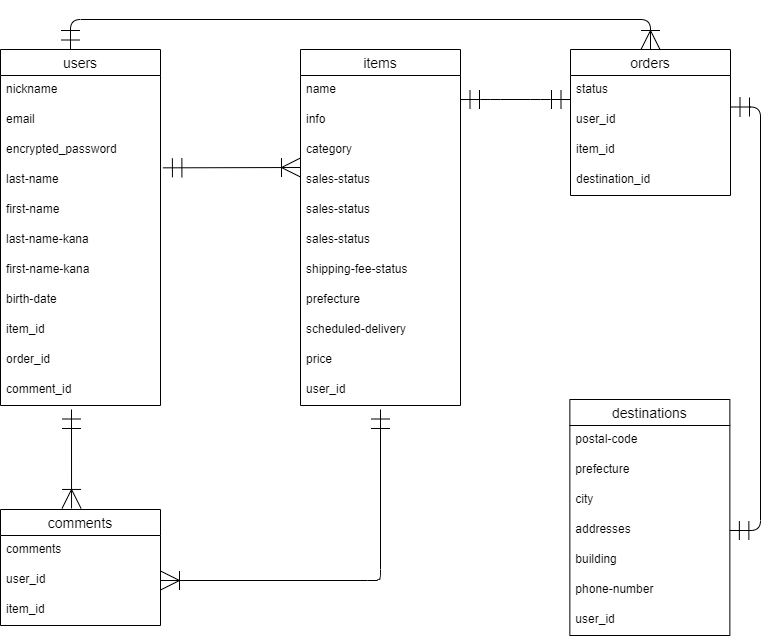
The draw.io diagram app/FURIMA_ER.drawio.png in saehirata/furima-39866, before a commit. Source tidied: cells renumbered, new cells last; positions are measured from the earlier drawing's top-left corner, leaving out a move shared by most shapes.
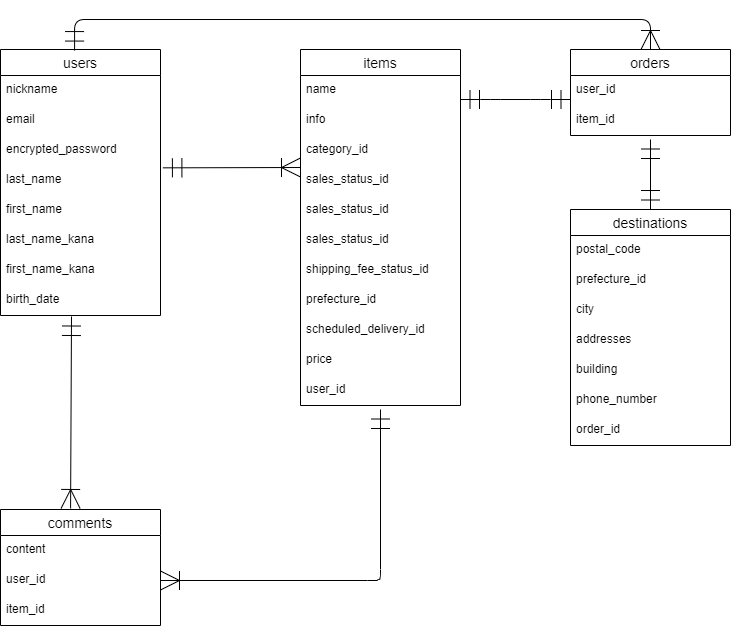
The same diagram one commit later.

Commit message:
ER図、テーブル設計の修正

Change to the diagram source:
```diff
@@ -3,7 +3,7 @@
     <mxCell id="0" />
     <mxCell id="1" parent="0" />
     <mxCell id="2" value="users" style="swimlane;fontStyle=0;horizontal=1;startSize=26;align=center;fontSize=14;" parent="1" vertex="1">
-      <mxGeometry y="30" width="160" height="356" as="geometry" />
+      <mxGeometry y="30" width="160" height="266" as="geometry" />
     </mxCell>
     <mxCell id="3" value="nickname" style="text;strokeColor=none;fillColor=none;spacingLeft=4;spacingRight=4;overflow=hidden;fontSize=12;" parent="2" vertex="1">
       <mxGeometry y="26" width="160" height="30" as="geometry" />
@@ -14,30 +14,21 @@
     <mxCell id="5" value="encrypted_password" style="text;strokeColor=none;fillColor=none;spacingLeft=4;spacingRight=4;overflow=hidden;fontSize=12;" parent="2" vertex="1">
       <mxGeometry y="86" width="160" height="30" as="geometry" />
     </mxCell>
-    <mxCell id="6" value="last-name" style="text;strokeColor=none;fillColor=none;spacingLeft=4;spacingRight=4;overflow=hidden;points=[[0,0.5],[1,0.5]];portConstraint=eastwest;fontSize=12;" parent="2" vertex="1">
+    <mxCell id="6" value="last_name" style="text;strokeColor=none;fillColor=none;spacingLeft=4;spacingRight=4;overflow=hidden;points=[[0,0.5],[1,0.5]];portConstraint=eastwest;fontSize=12;" parent="2" vertex="1">
       <mxGeometry y="116" width="160" height="30" as="geometry" />
     </mxCell>
-    <mxCell id="7" value="first-name" style="text;strokeColor=none;fillColor=none;spacingLeft=4;spacingRight=4;overflow=hidden;fontSize=12;" parent="2" vertex="1">
+    <mxCell id="7" value="first_name" style="text;strokeColor=none;fillColor=none;spacingLeft=4;spacingRight=4;overflow=hidden;fontSize=12;" parent="2" vertex="1">
       <mxGeometry y="146" width="160" height="30" as="geometry" />
     </mxCell>
-    <mxCell id="8" value="last-name-kana" style="text;strokeColor=none;fillColor=none;spacingLeft=4;spacingRight=4;overflow=hidden;fontSize=12;" parent="2" vertex="1">
+    <mxCell id="8" value="last_name_kana" style="text;strokeColor=none;fillColor=none;spacingLeft=4;spacingRight=4;overflow=hidden;fontSize=12;" parent="2" vertex="1">
       <mxGeometry y="176" width="160" height="30" as="geometry" />
     </mxCell>
-    <mxCell id="9" value="first-name-kana" style="text;strokeColor=none;fillColor=none;spacingLeft=4;spacingRight=4;overflow=hidden;fontSize=12;" parent="2" vertex="1">
+    <mxCell id="9" value="first_name_kana" style="text;strokeColor=none;fillColor=none;spacingLeft=4;spacingRight=4;overflow=hidden;fontSize=12;" parent="2" vertex="1">
       <mxGeometry y="206" width="160" height="30" as="geometry" />
     </mxCell>
-    <mxCell id="10" value="birth-date" style="text;strokeColor=none;fillColor=none;spacingLeft=4;spacingRight=4;overflow=hidden;fontSize=12;" parent="2" vertex="1">
+    <mxCell id="10" value="birth_date" style="text;strokeColor=none;fillColor=none;spacingLeft=4;spacingRight=4;overflow=hidden;fontSize=12;" parent="2" vertex="1">
       <mxGeometry y="236" width="160" height="30" as="geometry" />
     </mxCell>
-    <mxCell id="11" value="item_id" style="text;strokeColor=none;fillColor=none;spacingLeft=4;spacingRight=4;overflow=hidden;fontSize=12;" parent="2" vertex="1">
-      <mxGeometry y="266" width="160" height="30" as="geometry" />
-    </mxCell>
-    <mxCell id="12" value="order_id" style="text;strokeColor=none;fillColor=none;spacingLeft=4;spacingRight=4;overflow=hidden;fontSize=12;" parent="2" vertex="1">
-      <mxGeometry y="296" width="160" height="30" as="geometry" />
-    </mxCell>
-    <mxCell id="13" value="comment_id" style="text;strokeColor=none;fillColor=none;spacingLeft=4;spacingRight=4;overflow=hidden;fontSize=12;" parent="2" vertex="1">
-      <mxGeometry y="326" width="160" height="30" as="geometry" />
-    </mxCell>
     <mxCell id="14" value="items" style="swimlane;fontStyle=0;horizontal=1;startSize=26;align=center;fontSize=14;" parent="1" vertex="1">
       <mxGeometry x="300" y="30" width="160" height="356" as="geometry" />
     </mxCell>
@@ -47,25 +38,25 @@
     <mxCell id="16" value="info" style="text;strokeColor=none;fillColor=none;spacingLeft=4;spacingRight=4;overflow=hidden;fontSize=12;" parent="14" vertex="1">
       <mxGeometry y="56" width="160" height="30" as="geometry" />
     </mxCell>
-    <mxCell id="17" value="category" style="text;strokeColor=none;fillColor=none;spacingLeft=4;spacingRight=4;overflow=hidden;fontSize=12;" parent="14" vertex="1">
+    <mxCell id="17" value="category_id" style="text;strokeColor=none;fillColor=none;spacingLeft=4;spacingRight=4;overflow=hidden;fontSize=12;" parent="14" vertex="1">
       <mxGeometry y="86" width="160" height="30" as="geometry" />
     </mxCell>
-    <mxCell id="18" value="sales-status" style="text;strokeColor=none;fillColor=none;spacingLeft=4;spacingRight=4;overflow=hidden;fontSize=12;" parent="14" vertex="1">
+    <mxCell id="18" value="sales_status_id" style="text;strokeColor=none;fillColor=none;spacingLeft=4;spacingRight=4;overflow=hidden;fontSize=12;" parent="14" vertex="1">
       <mxGeometry y="116" width="160" height="30" as="geometry" />
     </mxCell>
-    <mxCell id="19" value="sales-status" style="text;strokeColor=none;fillColor=none;spacingLeft=4;spacingRight=4;overflow=hidden;fontSize=12;" parent="14" vertex="1">
+    <mxCell id="19" value="sales_status_id" style="text;strokeColor=none;fillColor=none;spacingLeft=4;spacingRight=4;overflow=hidden;fontSize=12;" parent="14" vertex="1">
       <mxGeometry y="146" width="160" height="30" as="geometry" />
     </mxCell>
-    <mxCell id="20" value="sales-status" style="text;strokeColor=none;fillColor=none;spacingLeft=4;spacingRight=4;overflow=hidden;fontSize=12;" parent="14" vertex="1">
+    <mxCell id="20" value="sales_status_id" style="text;strokeColor=none;fillColor=none;spacingLeft=4;spacingRight=4;overflow=hidden;fontSize=12;" parent="14" vertex="1">
       <mxGeometry y="176" width="160" height="30" as="geometry" />
     </mxCell>
-    <mxCell id="21" value="shipping-fee-status" style="text;strokeColor=none;fillColor=none;spacingLeft=4;spacingRight=4;overflow=hidden;fontSize=12;" parent="14" vertex="1">
+    <mxCell id="21" value="shipping_fee_status_id" style="text;strokeColor=none;fillColor=none;spacingLeft=4;spacingRight=4;overflow=hidden;fontSize=12;" parent="14" vertex="1">
       <mxGeometry y="206" width="160" height="30" as="geometry" />
     </mxCell>
-    <mxCell id="22" value="prefecture" style="text;strokeColor=none;fillColor=none;spacingLeft=4;spacingRight=4;overflow=hidden;fontSize=12;" parent="14" vertex="1">
+    <mxCell id="22" value="prefecture_id" style="text;strokeColor=none;fillColor=none;spacingLeft=4;spacingRight=4;overflow=hidden;fontSize=12;" parent="14" vertex="1">
       <mxGeometry y="236" width="160" height="30" as="geometry" />
     </mxCell>
-    <mxCell id="23" value="scheduled-delivery" style="text;strokeColor=none;fillColor=none;spacingLeft=4;spacingRight=4;overflow=hidden;fontSize=12;" parent="14" vertex="1">
+    <mxCell id="23" value="scheduled_delivery_id" style="text;strokeColor=none;fillColor=none;spacingLeft=4;spacingRight=4;overflow=hidden;fontSize=12;" parent="14" vertex="1">
       <mxGeometry y="266" width="160" height="30" as="geometry" />
     </mxCell>
     <mxCell id="24" value="price" style="text;strokeColor=none;fillColor=none;spacingLeft=4;spacingRight=4;overflow=hidden;fontSize=12;" parent="14" vertex="1">
@@ -75,12 +66,12 @@
       <mxGeometry y="326" width="160" height="30" as="geometry" />
     </mxCell>
     <mxCell id="26" value="destinations" style="swimlane;fontStyle=0;horizontal=1;startSize=26;align=center;fontSize=14;" parent="1" vertex="1">
-      <mxGeometry x="569.4" y="380" width="160" height="236" as="geometry" />
+      <mxGeometry x="570" y="190" width="160" height="236" as="geometry" />
     </mxCell>
-    <mxCell id="27" value="postal-code" style="text;strokeColor=none;fillColor=none;spacingLeft=4;spacingRight=4;overflow=hidden;fontSize=12;" parent="26" vertex="1">
+    <mxCell id="27" value="postal_code" style="text;strokeColor=none;fillColor=none;spacingLeft=4;spacingRight=4;overflow=hidden;fontSize=12;" parent="26" vertex="1">
       <mxGeometry y="26" width="160" height="30" as="geometry" />
     </mxCell>
-    <mxCell id="28" value="prefecture" style="text;strokeColor=none;fillColor=none;spacingLeft=4;spacingRight=4;overflow=hidden;fontSize=12;" parent="26" vertex="1">
+    <mxCell id="28" value="prefecture_id" style="text;strokeColor=none;fillColor=none;spacingLeft=4;spacingRight=4;overflow=hidden;fontSize=12;" parent="26" vertex="1">
       <mxGeometry y="56" width="160" height="30" as="geometry" />
     </mxCell>
     <mxCell id="29" value="city" style="text;strokeColor=none;fillColor=none;spacingLeft=4;spacingRight=4;overflow=hidden;fontSize=12;" parent="26" vertex="1">
@@ -92,31 +83,25 @@
     <mxCell id="31" value="building" style="text;strokeColor=none;fillColor=none;spacingLeft=4;spacingRight=4;overflow=hidden;fontSize=12;" parent="26" vertex="1">
       <mxGeometry y="146" width="160" height="30" as="geometry" />
     </mxCell>
-    <mxCell id="32" value="phone-number" style="text;strokeColor=none;fillColor=none;spacingLeft=4;spacingRight=4;overflow=hidden;fontSize=12;" parent="26" vertex="1">
+    <mxCell id="32" value="phone_number" style="text;strokeColor=none;fillColor=none;spacingLeft=4;spacingRight=4;overflow=hidden;fontSize=12;" parent="26" vertex="1">
       <mxGeometry y="176" width="160" height="30" as="geometry" />
     </mxCell>
-    <mxCell id="33" value="user_id" style="text;strokeColor=none;fillColor=none;spacingLeft=4;spacingRight=4;overflow=hidden;fontSize=12;" parent="26" vertex="1">
+    <mxCell id="33" value="order_id" style="text;strokeColor=none;fillColor=none;spacingLeft=4;spacingRight=4;overflow=hidden;fontSize=12;" parent="26" vertex="1">
       <mxGeometry y="206" width="160" height="30" as="geometry" />
     </mxCell>
     <mxCell id="34" value="orders" style="swimlane;fontStyle=0;horizontal=1;startSize=26;align=center;fontSize=14;" parent="1" vertex="1">
-      <mxGeometry x="570" y="30" width="160" height="146" as="geometry" />
+      <mxGeometry x="570" y="30" width="160" height="86" as="geometry" />
     </mxCell>
-    <mxCell id="35" value="status" style="text;strokeColor=none;fillColor=none;spacingLeft=4;spacingRight=4;overflow=hidden;fontSize=12;" parent="34" vertex="1">
-      <mxGeometry y="26" width="160" height="30" as="geometry" />
-    </mxCell>
     <mxCell id="36" value="user_id" style="text;strokeColor=none;fillColor=none;spacingLeft=4;spacingRight=4;overflow=hidden;fontSize=12;" parent="34" vertex="1">
-      <mxGeometry y="56" width="160" height="30" as="geometry" />
+      <mxGeometry y="26" width="160" height="30" as="geometry" />
     </mxCell>
     <mxCell id="37" value="item_id" style="text;strokeColor=none;fillColor=none;spacingLeft=4;spacingRight=4;overflow=hidden;fontSize=12;" parent="34" vertex="1">
-      <mxGeometry y="86" width="160" height="30" as="geometry" />
+      <mxGeometry y="56" width="160" height="30" as="geometry" />
     </mxCell>
-    <mxCell id="38" value="destination_id" style="text;strokeColor=none;fillColor=none;spacingLeft=4;spacingRight=4;overflow=hidden;fontSize=12;" parent="34" vertex="1">
-      <mxGeometry y="116" width="160" height="30" as="geometry" />
-    </mxCell>
     <mxCell id="39" value="comments" style="swimlane;fontStyle=0;horizontal=1;startSize=26;align=center;fontSize=14;" parent="1" vertex="1">
       <mxGeometry y="490" width="160" height="116" as="geometry" />
     </mxCell>
-    <mxCell id="40" value="comments" style="text;strokeColor=none;fillColor=none;spacingLeft=4;spacingRight=4;overflow=hidden;fontSize=12;" parent="39" vertex="1">
+    <mxCell id="40" value="content" style="text;strokeColor=none;fillColor=none;spacingLeft=4;spacingRight=4;overflow=hidden;fontSize=12;" parent="39" vertex="1">
       <mxGeometry y="26" width="160" height="30" as="geometry" />
     </mxCell>
     <mxCell id="41" value="user_id" style="text;strokeColor=none;fillColor=none;spacingLeft=4;spacingRight=4;overflow=hidden;points=[[0,0.5],[1,0.5]];portConstraint=eastwest;fontSize=12;" parent="39" vertex="1">
@@ -131,9 +116,9 @@
         <mxPoint x="570" y="80" as="targetPoint" />
       </mxGeometry>
     </mxCell>
-    <mxCell id="44" style="fontSize=12;html=1;endArrow=ERoneToMany;startArrow=ERmandOne;startSize=17;endSize=17;jumpStyle=none;entryX=0.444;entryY=-0.009;entryDx=0;entryDy=0;entryPerimeter=0;" parent="1" edge="1" target="39">
+    <mxCell id="44" style="fontSize=12;html=1;endArrow=ERoneToMany;startArrow=ERmandOne;startSize=17;endSize=17;jumpStyle=none;entryX=0.438;entryY=-0.009;entryDx=0;entryDy=0;entryPerimeter=0;" parent="1" edge="1" target="39">
       <mxGeometry relative="1" as="geometry">
-        <mxPoint x="71" y="390" as="sourcePoint" />
+        <mxPoint x="71" y="297" as="sourcePoint" />
       </mxGeometry>
     </mxCell>
     <mxCell id="45" style="fontSize=12;html=1;endArrow=ERoneToMany;startArrow=ERmandOne;startSize=17;endSize=17;jumpStyle=none;exitX=1.015;exitY=0.078;exitDx=0;exitDy=0;exitPerimeter=0;" parent="1" edge="1" source="6">
@@ -141,22 +126,9 @@
         <mxPoint x="300" y="148" as="targetPoint" />
       </mxGeometry>
     </mxCell>
-    <mxCell id="46" style="edgeStyle=orthogonalEdgeStyle;fontSize=12;html=1;endArrow=ERoneToMany;startArrow=ERmandOne;startSize=17;endSize=17;jumpStyle=none;entryX=0.5;entryY=0;entryDx=0;entryDy=0;" parent="1" edge="1" target="34">
-      <mxGeometry relative="1" as="geometry">
-        <mxPoint x="70" y="30" as="sourcePoint" />
-        <Array as="points">
-          <mxPoint x="70" />
-          <mxPoint x="650" />
-        </Array>
-      </mxGeometry>
-    </mxCell>
-    <mxCell id="47" style="edgeStyle=orthogonalEdgeStyle;fontSize=12;html=1;endArrow=ERmandOne;startArrow=ERmandOne;endSize=17;exitX=1.004;exitY=0.133;exitDx=0;exitDy=0;exitPerimeter=0;startSize=17;entryX=1;entryY=0.5;entryDx=0;entryDy=0;" parent="1" edge="1" target="30">
+    <mxCell id="47" style="fontSize=12;html=1;endArrow=ERmandOne;startArrow=ERmandOne;endSize=17;startSize=17;entryX=0.5;entryY=0;entryDx=0;entryDy=0;" parent="1" edge="1" target="26">
       <mxGeometry relative="1" as="geometry">
-        <mxPoint x="730" y="87.5" as="sourcePoint" />
-        <Array as="points">
-          <mxPoint x="760" y="88" />
-          <mxPoint x="760" y="511" />
-        </Array>
+        <mxPoint x="650" y="120" as="sourcePoint" />
       </mxGeometry>
     </mxCell>
     <mxCell id="48" style="fontSize=12;html=1;endArrow=ERoneToMany;startArrow=ERmandOne;startSize=17;endSize=17;jumpStyle=none;edgeStyle=orthogonalEdgeStyle;entryX=1;entryY=0.5;entryDx=0;entryDy=0;" parent="1" edge="1" target="41">
@@ -167,5 +139,15 @@
         </Array>
       </mxGeometry>
     </mxCell>
+    <mxCell id="49" style="fontSize=12;html=1;endArrow=ERoneToMany;startArrow=ERmandOne;startSize=17;endSize=17;jumpStyle=none;exitX=0.463;exitY=0.004;exitDx=0;exitDy=0;exitPerimeter=0;edgeStyle=orthogonalEdgeStyle;" parent="1" edge="1" source="2">
+      <mxGeometry relative="1" as="geometry">
+        <mxPoint x="650" y="30" as="targetPoint" />
+        <Array as="points">
+          <mxPoint x="74" />
+          <mxPoint x="650" />
+          <mxPoint x="650" y="30" />
+        </Array>
+      </mxGeometry>
+    </mxCell>
   </root>
 </mxGraphModel>
```
